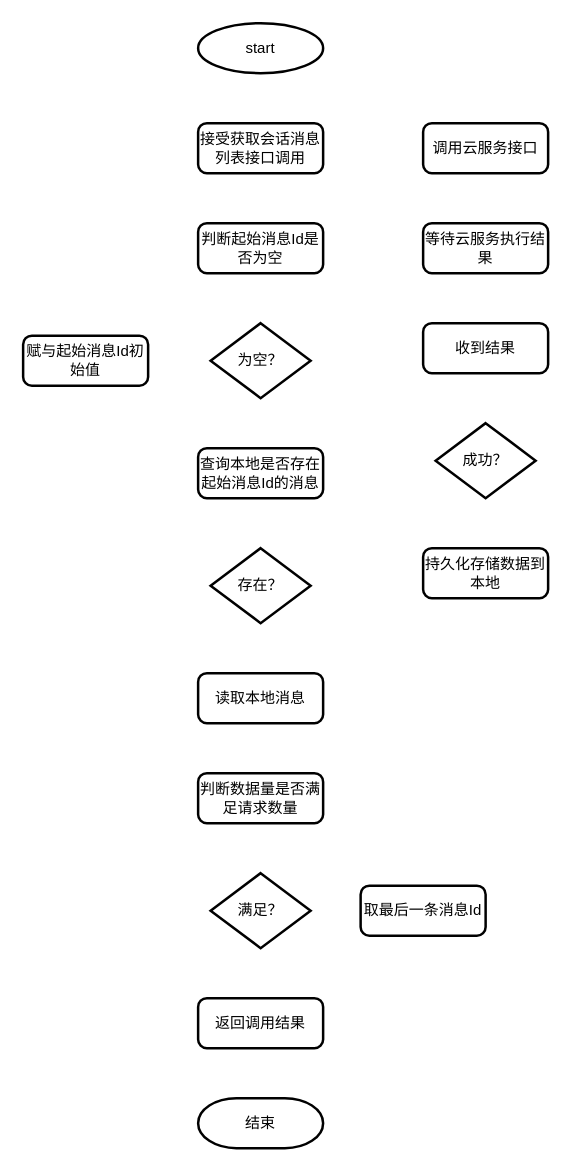
liuao2010/360MobileSafe keeps this draw.io diagram as page "flow-get-conversation-message-list" (11 of 11) of 获取会话列表.drawio. Above is the earlier version. Source tidied: cells renumbered, new cells numbered last; positions are measured from the earlier drawing's top-left corner, leaving out a move shared by most shapes. Both pictures are drawn from the tidied source at 125%, with x=0, y=0 at pixel (22, 22).
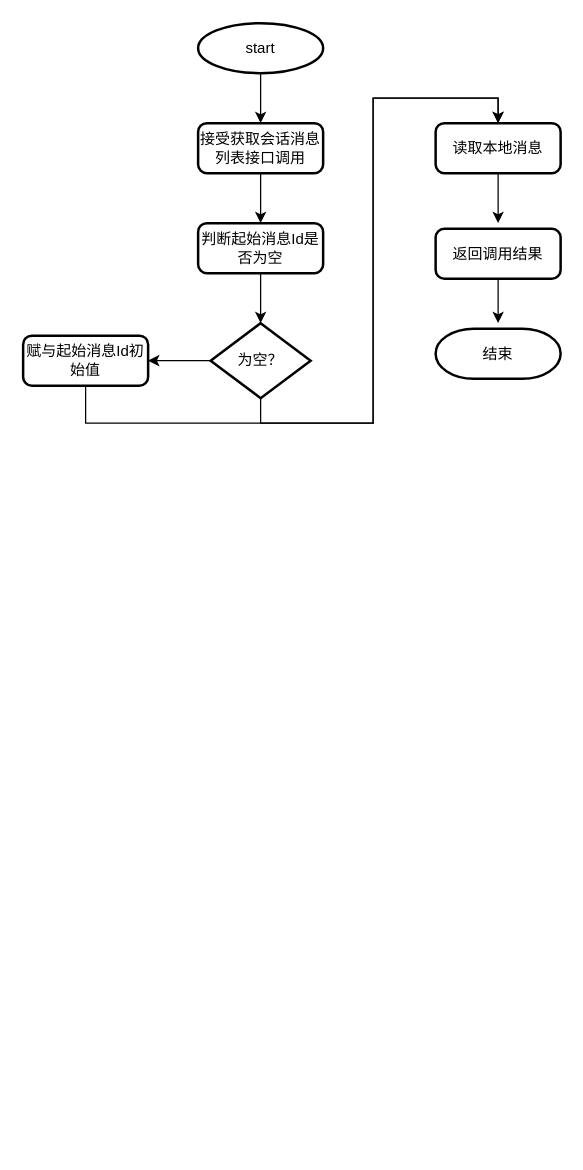
After the change.

Unchanged cells that the change refers to:
```xml
<mxCell id="2" value="start" style="strokeWidth=2;html=1;shape=mxgraph.flowchart.start_1;whiteSpace=wrap;" parent="1" vertex="1">
  <mxGeometry x="140" width="100" height="40" as="geometry" />
</mxCell>
<mxCell id="3" value="接受获取会话消息列表接口调用" style="rounded=1;whiteSpace=wrap;html=1;absoluteArcSize=1;arcSize=14;strokeWidth=2;" parent="1" vertex="1">
  <mxGeometry x="140" y="80" width="100" height="40" as="geometry" />
</mxCell>
<mxCell id="4" value="判断起始消息Id是否为空" style="rounded=1;whiteSpace=wrap;html=1;absoluteArcSize=1;arcSize=14;strokeWidth=2;" parent="1" vertex="1">
  <mxGeometry x="140" y="160" width="100" height="40" as="geometry" />
</mxCell>
<mxCell id="5" value="为空？" style="strokeWidth=2;html=1;shape=mxgraph.flowchart.decision;whiteSpace=wrap;" parent="1" vertex="1">
  <mxGeometry x="150" y="240" width="80" height="60" as="geometry" />
</mxCell>
<mxCell id="6" value="赋与起始消息Id初始值" style="rounded=1;whiteSpace=wrap;html=1;absoluteArcSize=1;arcSize=14;strokeWidth=2;" parent="1" vertex="1">
  <mxGeometry y="250" width="100" height="40" as="geometry" />
</mxCell>
```

Change to the diagram source:
```diff
@@
+    <mxCell id="20" style="edgeStyle=orthogonalEdgeStyle;rounded=0;jettySize=auto;html=1;exitX=0.5;exitY=1;exitDx=0;exitDy=0;exitPerimeter=0;entryX=0.5;entryY=0;entryDx=0;entryDy=0;" parent="1" edge="1" source="2" target="3">
+      <mxGeometry relative="1" as="geometry" />
+    </mxCell>
@@
+    <mxCell id="21" style="edgeStyle=orthogonalEdgeStyle;rounded=0;jettySize=auto;html=1;exitX=0.5;exitY=1;exitDx=0;exitDy=0;entryX=0.5;entryY=0;entryDx=0;entryDy=0;" parent="1" edge="1" source="3" target="4">
+      <mxGeometry relative="1" as="geometry" />
+    </mxCell>
@@
+    <mxCell id="22" style="edgeStyle=orthogonalEdgeStyle;rounded=0;jettySize=auto;html=1;exitX=0.5;exitY=1;exitDx=0;exitDy=0;entryX=0.5;entryY=0;entryDx=0;entryDy=0;entryPerimeter=0;" parent="1" edge="1" source="4" target="5">
+      <mxGeometry relative="1" as="geometry" />
+    </mxCell>
@@
+    <mxCell id="23" style="edgeStyle=orthogonalEdgeStyle;rounded=0;jettySize=auto;html=1;exitX=0;exitY=0.5;exitDx=0;exitDy=0;exitPerimeter=0;entryX=1;entryY=0.5;entryDx=0;entryDy=0;" parent="1" edge="1" source="5" target="6">
+      <mxGeometry relative="1" as="geometry" />
+    </mxCell>
+    <mxCell id="24" style="edgeStyle=orthogonalEdgeStyle;rounded=0;jettySize=auto;html=1;exitX=0.5;exitY=1;exitDx=0;exitDy=0;exitPerimeter=0;entryX=0.5;entryY=0;entryDx=0;entryDy=0;" parent="1" edge="1" source="5" target="9">
+      <mxGeometry relative="1" as="geometry" />
+    </mxCell>
@@
+    <mxCell id="25" style="edgeStyle=orthogonalEdgeStyle;rounded=0;jettySize=auto;html=1;exitX=0.5;exitY=1;exitDx=0;exitDy=0;entryX=0.5;entryY=0;entryDx=0;entryDy=0;" parent="1" edge="1" source="6" target="9">
+      <mxGeometry relative="1" as="geometry">
+        <Array as="points">
+          <mxPoint x="50" y="320" />
+          <mxPoint x="280" y="320" />
+          <mxPoint x="280" y="60" />
+          <mxPoint x="380" y="60" />
+        </Array>
+      </mxGeometry>
+    </mxCell>
@@
-    <mxCell id="7" value="查询本地是否存在起始消息Id的消息" style="rounded=1;whiteSpace=wrap;html=1;absoluteArcSize=1;arcSize=14;strokeWidth=2;" parent="1" vertex="1">
-      <mxGeometry x="140" y="340" width="100" height="40" as="geometry" />
-    </mxCell>
-    <mxCell id="8" value="存在？" style="strokeWidth=2;html=1;shape=mxgraph.flowchart.decision;whiteSpace=wrap;" parent="1" vertex="1">
-      <mxGeometry x="150" y="420" width="80" height="60" as="geometry" />
-    </mxCell>
+    <mxCell id="26" style="edgeStyle=orthogonalEdgeStyle;rounded=0;jettySize=auto;html=1;exitX=0.5;exitY=1;exitDx=0;exitDy=0;" parent="1" edge="1" source="9">
+      <mxGeometry relative="1" as="geometry">
+        <mxPoint x="380" y="160" as="targetPoint" />
+      </mxGeometry>
+    </mxCell>
     <mxCell id="9" value="读取本地消息" style="rounded=1;whiteSpace=wrap;html=1;absoluteArcSize=1;arcSize=14;strokeWidth=2;" parent="1" vertex="1">
-      <mxGeometry x="140" y="520" width="100" height="40" as="geometry" />
+      <mxGeometry x="330" y="80" width="100" height="40" as="geometry" />
     </mxCell>
+    <mxCell id="27" style="edgeStyle=orthogonalEdgeStyle;rounded=0;jettySize=auto;html=1;exitX=0.5;exitY=1;exitDx=0;exitDy=0;" parent="1" edge="1" source="10">
+      <mxGeometry relative="1" as="geometry">
+        <mxPoint x="380" y="240" as="targetPoint" />
+      </mxGeometry>
+    </mxCell>
     <mxCell id="10" value="返回调用结果" style="rounded=1;whiteSpace=wrap;html=1;absoluteArcSize=1;arcSize=14;strokeWidth=2;" parent="1" vertex="1">
-      <mxGeometry x="140" y="780" width="100" height="40" as="geometry" />
+      <mxGeometry x="330" y="164.5" width="100" height="40" as="geometry" />
     </mxCell>
     <mxCell id="11" value="结束" style="strokeWidth=2;html=1;shape=mxgraph.flowchart.terminator;whiteSpace=wrap;" parent="1" vertex="1">
-      <mxGeometry x="140" y="860" width="100" height="40" as="geometry" />
+      <mxGeometry x="330" y="244.5" width="100" height="40" as="geometry" />
     </mxCell>
-    <mxCell id="12" value="调用云服务接口" style="rounded=1;whiteSpace=wrap;html=1;absoluteArcSize=1;arcSize=14;strokeWidth=2;" parent="1" vertex="1">
-      <mxGeometry x="320" y="80" width="100" height="40" as="geometry" />
-    </mxCell>
-    <mxCell id="13" value="等待云服务执行结果" style="rounded=1;whiteSpace=wrap;html=1;absoluteArcSize=1;arcSize=14;strokeWidth=2;" parent="1" vertex="1">
-      <mxGeometry x="320" y="160" width="100" height="40" as="geometry" />
-    </mxCell>
-    <mxCell id="14" value="收到结果" style="rounded=1;whiteSpace=wrap;html=1;absoluteArcSize=1;arcSize=14;strokeWidth=2;" parent="1" vertex="1">
-      <mxGeometry x="320" y="240" width="100" height="40" as="geometry" />
-    </mxCell>
-    <mxCell id="15" value="成功？" style="strokeWidth=2;html=1;shape=mxgraph.flowchart.decision;whiteSpace=wrap;" parent="1" vertex="1">
-      <mxGeometry x="330" y="320" width="80" height="60" as="geometry" />
-    </mxCell>
-    <mxCell id="16" value="持久化存储数据到本地" style="rounded=1;whiteSpace=wrap;html=1;absoluteArcSize=1;arcSize=14;strokeWidth=2;" parent="1" vertex="1">
-      <mxGeometry x="320" y="420" width="100" height="40" as="geometry" />
-    </mxCell>
-    <mxCell id="17" value="判断数据量是否满足请求数量" style="rounded=1;whiteSpace=wrap;html=1;absoluteArcSize=1;arcSize=14;strokeWidth=2;" parent="1" vertex="1">
-      <mxGeometry x="140" y="600" width="100" height="40" as="geometry" />
-    </mxCell>
-    <mxCell id="18" value="满足？" style="strokeWidth=2;html=1;shape=mxgraph.flowchart.decision;whiteSpace=wrap;" parent="1" vertex="1">
-      <mxGeometry x="150" y="680" width="80" height="60" as="geometry" />
-    </mxCell>
-    <mxCell id="19" value="取最后一条消息Id" style="rounded=1;whiteSpace=wrap;html=1;absoluteArcSize=1;arcSize=14;strokeWidth=2;" parent="1" vertex="1">
-      <mxGeometry x="270" y="690" width="100" height="40" as="geometry" />
-    </mxCell>
```
